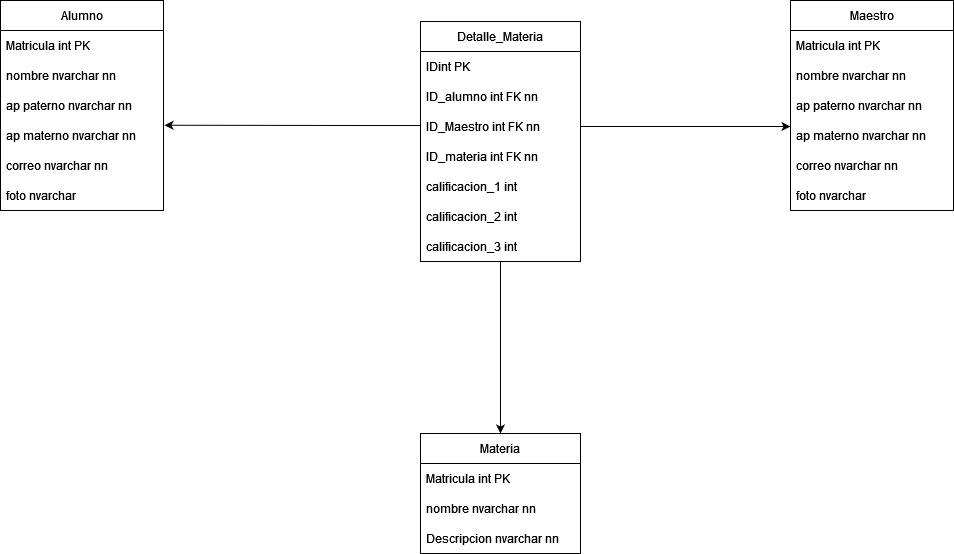
Earlier version of the draw.io export ER-Base de datos.png (MAU-R/Universidad-Olimpia). Source tidied: cells renumbered, new cells last; positions are measured from the earlier drawing's top-left corner, leaving out a move shared by most shapes. Source of this version:
```xml
<mxGraphModel>
  <root>
    <mxCell id="0" />
    <mxCell id="1" parent="0" />
    <mxCell id="2" value="Alumno" style="swimlane;fontStyle=0;horizontal=1;startSize=30;" parent="1" vertex="1">
      <mxGeometry width="163" height="210" as="geometry" />
    </mxCell>
    <mxCell id="3" value="Matricula int PK" style="text;strokeColor=none;fillColor=none;align=left;verticalAlign=middle;spacingLeft=4;spacingRight=4;overflow=hidden;" parent="2" vertex="1">
      <mxGeometry y="30" width="163" height="30" as="geometry" />
    </mxCell>
    <mxCell id="4" value="nombre nvarchar nn" style="text;strokeColor=none;fillColor=none;align=left;verticalAlign=middle;spacingLeft=4;spacingRight=4;overflow=hidden;" parent="2" vertex="1">
      <mxGeometry y="60" width="163" height="30" as="geometry" />
    </mxCell>
    <mxCell id="5" value="ap paterno nvarchar nn" style="text;strokeColor=none;fillColor=none;align=left;verticalAlign=middle;spacingLeft=4;spacingRight=4;overflow=hidden;" parent="2" vertex="1">
      <mxGeometry y="90" width="163" height="30" as="geometry" />
    </mxCell>
    <mxCell id="6" value="ap materno nvarchar nn" style="text;strokeColor=none;fillColor=none;align=left;verticalAlign=middle;spacingLeft=4;spacingRight=4;overflow=hidden;points=[[0,0.5],[1,0.5]];portConstraint=eastwest;" parent="2" vertex="1">
      <mxGeometry y="120" width="163" height="30" as="geometry" />
    </mxCell>
    <mxCell id="7" value="correo nvarchar nn" style="text;strokeColor=none;fillColor=none;align=left;verticalAlign=middle;spacingLeft=4;spacingRight=4;overflow=hidden;" parent="2" vertex="1">
      <mxGeometry y="150" width="163" height="30" as="geometry" />
    </mxCell>
    <mxCell id="8" value="foto nvarchar " style="text;strokeColor=none;fillColor=none;align=left;verticalAlign=middle;spacingLeft=4;spacingRight=4;overflow=hidden;" parent="2" vertex="1">
      <mxGeometry y="180" width="163" height="30" as="geometry" />
    </mxCell>
    <mxCell id="9" style="edgeStyle=orthogonalEdgeStyle;rounded=0;jettySize=auto;html=1;entryX=1.006;entryY=0.158;entryDx=0;entryDy=0;entryPerimeter=0;" parent="1" edge="1" source="11" target="6">
      <mxGeometry relative="1" as="geometry">
        <Array as="points">
          <mxPoint x="355" y="125" />
          <mxPoint x="355" y="125" />
        </Array>
      </mxGeometry>
    </mxCell>
    <mxCell id="10" style="edgeStyle=orthogonalEdgeStyle;rounded=0;jettySize=auto;html=1;entryX=0.5;entryY=0;entryDx=0;entryDy=0;" parent="1" edge="1" source="11" target="19">
      <mxGeometry relative="1" as="geometry" />
    </mxCell>
    <mxCell id="11" value="Detalle_Materia" style="swimlane;fontStyle=0;horizontal=1;startSize=30;" parent="1" vertex="1">
      <mxGeometry x="420" y="21" width="160" height="240" as="geometry" />
    </mxCell>
    <mxCell id="12" value="IDint PK" style="text;strokeColor=none;fillColor=none;align=left;verticalAlign=middle;spacingLeft=4;spacingRight=4;overflow=hidden;" parent="11" vertex="1">
      <mxGeometry y="30" width="160" height="30" as="geometry" />
    </mxCell>
    <mxCell id="13" value="ID_alumno int FK nn" style="text;strokeColor=none;fillColor=none;align=left;verticalAlign=middle;spacingLeft=4;spacingRight=4;overflow=hidden;" parent="11" vertex="1">
      <mxGeometry y="60" width="160" height="30" as="geometry" />
    </mxCell>
    <mxCell id="14" value="ID_Maestro int FK nn" style="text;strokeColor=none;fillColor=none;align=left;verticalAlign=middle;spacingLeft=4;spacingRight=4;overflow=hidden;points=[[0,0.5],[1,0.5]];portConstraint=eastwest;" parent="11" vertex="1">
      <mxGeometry y="90" width="160" height="30" as="geometry" />
    </mxCell>
    <mxCell id="15" value="ID_materia int FK nn" style="text;strokeColor=none;fillColor=none;align=left;verticalAlign=middle;spacingLeft=4;spacingRight=4;overflow=hidden;" parent="11" vertex="1">
      <mxGeometry y="120" width="160" height="30" as="geometry" />
    </mxCell>
    <mxCell id="16" value="calificacion_1 int" style="text;strokeColor=none;fillColor=none;align=left;verticalAlign=middle;spacingLeft=4;spacingRight=4;overflow=hidden;" parent="11" vertex="1">
      <mxGeometry y="150" width="160" height="30" as="geometry" />
    </mxCell>
    <mxCell id="17" value="calificacion_2 int" style="text;strokeColor=none;fillColor=none;align=left;verticalAlign=middle;spacingLeft=4;spacingRight=4;overflow=hidden;" parent="11" vertex="1">
      <mxGeometry y="180" width="160" height="30" as="geometry" />
    </mxCell>
    <mxCell id="18" value="calificacion_3 int" style="text;strokeColor=none;fillColor=none;align=left;verticalAlign=middle;spacingLeft=4;spacingRight=4;overflow=hidden;" parent="11" vertex="1">
      <mxGeometry y="210" width="160" height="30" as="geometry" />
    </mxCell>
    <mxCell id="19" value="Materia" style="swimlane;fontStyle=0;horizontal=1;startSize=30;" parent="1" vertex="1">
      <mxGeometry x="420" y="433" width="160" height="120" as="geometry" />
    </mxCell>
    <mxCell id="20" value="Matricula int PK" style="text;strokeColor=none;fillColor=none;align=left;verticalAlign=middle;spacingLeft=4;spacingRight=4;overflow=hidden;" parent="19" vertex="1">
      <mxGeometry y="30" width="160" height="30" as="geometry" />
    </mxCell>
    <mxCell id="21" value="nombre nvarchar nn" style="text;strokeColor=none;fillColor=none;align=left;verticalAlign=middle;spacingLeft=4;spacingRight=4;overflow=hidden;" parent="19" vertex="1">
      <mxGeometry y="60" width="160" height="30" as="geometry" />
    </mxCell>
    <mxCell id="22" value="Descripcion nvarchar nn" style="text;strokeColor=none;fillColor=none;align=left;verticalAlign=middle;spacingLeft=4;spacingRight=4;overflow=hidden;" parent="19" vertex="1">
      <mxGeometry y="90" width="160" height="30" as="geometry" />
    </mxCell>
    <mxCell id="23" value="Maestro" style="swimlane;fontStyle=0;horizontal=1;startSize=30;" parent="1" vertex="1">
      <mxGeometry x="790" width="163" height="210" as="geometry" />
    </mxCell>
    <mxCell id="24" value="Matricula int PK" style="text;strokeColor=none;fillColor=none;align=left;verticalAlign=middle;spacingLeft=4;spacingRight=4;overflow=hidden;" parent="23" vertex="1">
      <mxGeometry y="30" width="163" height="30" as="geometry" />
    </mxCell>
    <mxCell id="25" value="nombre nvarchar nn" style="text;strokeColor=none;fillColor=none;align=left;verticalAlign=middle;spacingLeft=4;spacingRight=4;overflow=hidden;" parent="23" vertex="1">
      <mxGeometry y="60" width="163" height="30" as="geometry" />
    </mxCell>
    <mxCell id="26" value="ap paterno nvarchar nn" style="text;strokeColor=none;fillColor=none;align=left;verticalAlign=middle;spacingLeft=4;spacingRight=4;overflow=hidden;" parent="23" vertex="1">
      <mxGeometry y="90" width="163" height="30" as="geometry" />
    </mxCell>
    <mxCell id="27" value="ap materno nvarchar nn" style="text;strokeColor=none;fillColor=none;align=left;verticalAlign=middle;spacingLeft=4;spacingRight=4;overflow=hidden;points=[[0,0.5],[1,0.5]];portConstraint=eastwest;" parent="23" vertex="1">
      <mxGeometry y="120" width="163" height="30" as="geometry" />
    </mxCell>
    <mxCell id="28" value="correo nvarchar nn" style="text;strokeColor=none;fillColor=none;align=left;verticalAlign=middle;spacingLeft=4;spacingRight=4;overflow=hidden;" parent="23" vertex="1">
      <mxGeometry y="150" width="163" height="30" as="geometry" />
    </mxCell>
    <mxCell id="29" value="foto nvarchar " style="text;strokeColor=none;fillColor=none;align=left;verticalAlign=middle;spacingLeft=4;spacingRight=4;overflow=hidden;" parent="23" vertex="1">
      <mxGeometry y="180" width="163" height="30" as="geometry" />
    </mxCell>
    <mxCell id="30" style="edgeStyle=orthogonalEdgeStyle;rounded=0;jettySize=auto;html=1;" parent="1" edge="1" source="14" target="27">
      <mxGeometry relative="1" as="geometry">
        <Array as="points">
          <mxPoint x="732" y="126" />
          <mxPoint x="732" y="126" />
        </Array>
      </mxGeometry>
    </mxCell>
  </root>
</mxGraphModel>
```
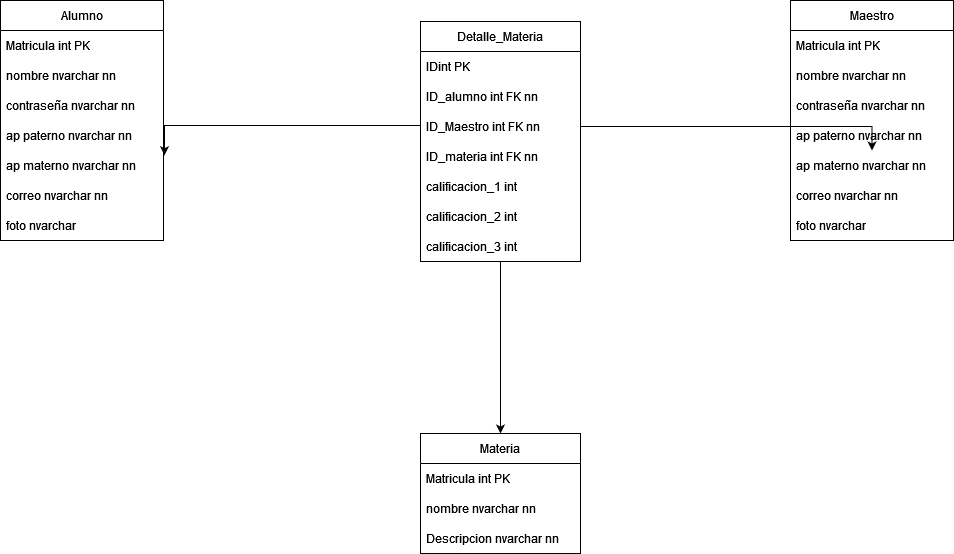
After the change.

Commit message:
Actualizar diseño pensandolo mejor

The edit, as a diff of the source:
```diff
@@ -3,7 +3,7 @@
     <mxCell id="0" />
     <mxCell id="1" parent="0" />
     <mxCell id="2" value="Alumno" style="swimlane;fontStyle=0;horizontal=1;startSize=30;" parent="1" vertex="1">
-      <mxGeometry width="163" height="210" as="geometry" />
+      <mxGeometry width="163" height="240" as="geometry" />
     </mxCell>
     <mxCell id="3" value="Matricula int PK" style="text;strokeColor=none;fillColor=none;align=left;verticalAlign=middle;spacingLeft=4;spacingRight=4;overflow=hidden;" parent="2" vertex="1">
       <mxGeometry y="30" width="163" height="30" as="geometry" />
@@ -11,17 +11,20 @@
     <mxCell id="4" value="nombre nvarchar nn" style="text;strokeColor=none;fillColor=none;align=left;verticalAlign=middle;spacingLeft=4;spacingRight=4;overflow=hidden;" parent="2" vertex="1">
       <mxGeometry y="60" width="163" height="30" as="geometry" />
     </mxCell>
+    <mxCell id="31" value="contraseña nvarchar nn" style="text;strokeColor=none;fillColor=none;align=left;verticalAlign=middle;spacingLeft=4;spacingRight=4;overflow=hidden;" parent="2" vertex="1">
+      <mxGeometry y="90" width="163" height="30" as="geometry" />
+    </mxCell>
     <mxCell id="5" value="ap paterno nvarchar nn" style="text;strokeColor=none;fillColor=none;align=left;verticalAlign=middle;spacingLeft=4;spacingRight=4;overflow=hidden;" parent="2" vertex="1">
-      <mxGeometry y="90" width="163" height="30" as="geometry" />
+      <mxGeometry y="120" width="163" height="30" as="geometry" />
     </mxCell>
     <mxCell id="6" value="ap materno nvarchar nn" style="text;strokeColor=none;fillColor=none;align=left;verticalAlign=middle;spacingLeft=4;spacingRight=4;overflow=hidden;points=[[0,0.5],[1,0.5]];portConstraint=eastwest;" parent="2" vertex="1">
-      <mxGeometry y="120" width="163" height="30" as="geometry" />
+      <mxGeometry y="150" width="163" height="30" as="geometry" />
     </mxCell>
     <mxCell id="7" value="correo nvarchar nn" style="text;strokeColor=none;fillColor=none;align=left;verticalAlign=middle;spacingLeft=4;spacingRight=4;overflow=hidden;" parent="2" vertex="1">
-      <mxGeometry y="150" width="163" height="30" as="geometry" />
+      <mxGeometry y="180" width="163" height="30" as="geometry" />
     </mxCell>
     <mxCell id="8" value="foto nvarchar " style="text;strokeColor=none;fillColor=none;align=left;verticalAlign=middle;spacingLeft=4;spacingRight=4;overflow=hidden;" parent="2" vertex="1">
-      <mxGeometry y="180" width="163" height="30" as="geometry" />
+      <mxGeometry y="210" width="163" height="30" as="geometry" />
     </mxCell>
     <mxCell id="9" style="edgeStyle=orthogonalEdgeStyle;rounded=0;jettySize=auto;html=1;entryX=1.006;entryY=0.158;entryDx=0;entryDy=0;entryPerimeter=0;" parent="1" edge="1" source="11" target="6">
       <mxGeometry relative="1" as="geometry">
@@ -71,7 +74,7 @@
       <mxGeometry y="90" width="160" height="30" as="geometry" />
     </mxCell>
     <mxCell id="23" value="Maestro" style="swimlane;fontStyle=0;horizontal=1;startSize=30;" parent="1" vertex="1">
-      <mxGeometry x="790" width="163" height="210" as="geometry" />
+      <mxGeometry x="790" width="163" height="240" as="geometry" />
     </mxCell>
     <mxCell id="24" value="Matricula int PK" style="text;strokeColor=none;fillColor=none;align=left;verticalAlign=middle;spacingLeft=4;spacingRight=4;overflow=hidden;" parent="23" vertex="1">
       <mxGeometry y="30" width="163" height="30" as="geometry" />
@@ -79,17 +82,20 @@
     <mxCell id="25" value="nombre nvarchar nn" style="text;strokeColor=none;fillColor=none;align=left;verticalAlign=middle;spacingLeft=4;spacingRight=4;overflow=hidden;" parent="23" vertex="1">
       <mxGeometry y="60" width="163" height="30" as="geometry" />
     </mxCell>
+    <mxCell id="32" value="contraseña nvarchar nn" style="text;strokeColor=none;fillColor=none;align=left;verticalAlign=middle;spacingLeft=4;spacingRight=4;overflow=hidden;" parent="23" vertex="1">
+      <mxGeometry y="90" width="163" height="30" as="geometry" />
+    </mxCell>
     <mxCell id="26" value="ap paterno nvarchar nn" style="text;strokeColor=none;fillColor=none;align=left;verticalAlign=middle;spacingLeft=4;spacingRight=4;overflow=hidden;" parent="23" vertex="1">
-      <mxGeometry y="90" width="163" height="30" as="geometry" />
+      <mxGeometry y="120" width="163" height="30" as="geometry" />
     </mxCell>
     <mxCell id="27" value="ap materno nvarchar nn" style="text;strokeColor=none;fillColor=none;align=left;verticalAlign=middle;spacingLeft=4;spacingRight=4;overflow=hidden;points=[[0,0.5],[1,0.5]];portConstraint=eastwest;" parent="23" vertex="1">
-      <mxGeometry y="120" width="163" height="30" as="geometry" />
+      <mxGeometry y="150" width="163" height="30" as="geometry" />
     </mxCell>
     <mxCell id="28" value="correo nvarchar nn" style="text;strokeColor=none;fillColor=none;align=left;verticalAlign=middle;spacingLeft=4;spacingRight=4;overflow=hidden;" parent="23" vertex="1">
-      <mxGeometry y="150" width="163" height="30" as="geometry" />
+      <mxGeometry y="180" width="163" height="30" as="geometry" />
     </mxCell>
     <mxCell id="29" value="foto nvarchar " style="text;strokeColor=none;fillColor=none;align=left;verticalAlign=middle;spacingLeft=4;spacingRight=4;overflow=hidden;" parent="23" vertex="1">
-      <mxGeometry y="180" width="163" height="30" as="geometry" />
+      <mxGeometry y="210" width="163" height="30" as="geometry" />
     </mxCell>
     <mxCell id="30" style="edgeStyle=orthogonalEdgeStyle;rounded=0;jettySize=auto;html=1;" parent="1" edge="1" source="14" target="27">
       <mxGeometry relative="1" as="geometry">
```
